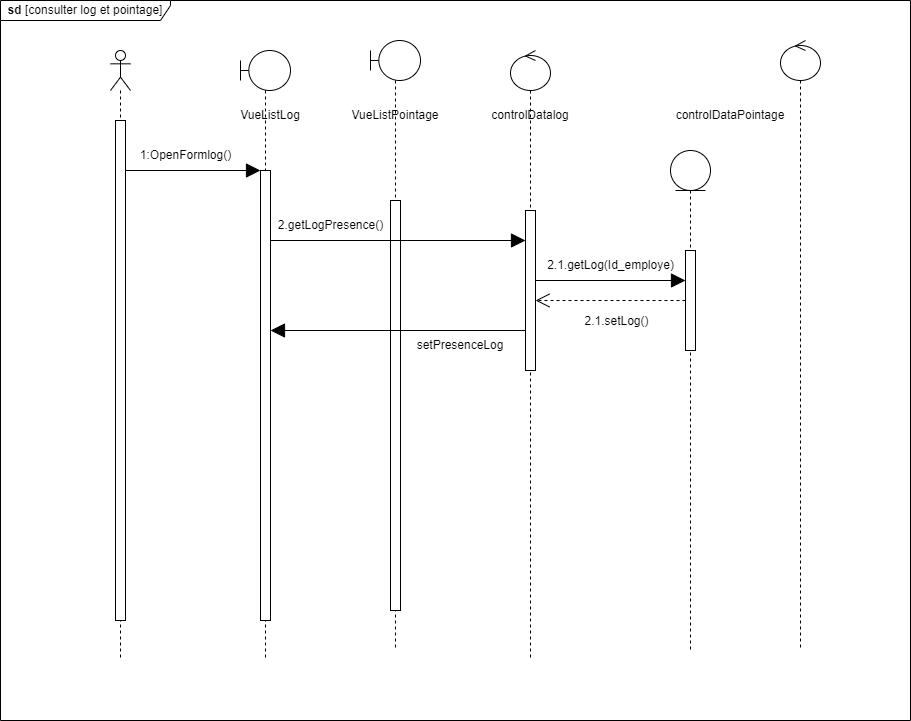
Earlier version of the draw.io export static/Diagramme des séquences conceptuel  log et pointage .drawio.png (Siluearsene/borne_biometrique). Source tidied: cells renumbered, new cells last; positions are measured from the earlier drawing's top-left corner, leaving out a move shared by most shapes.
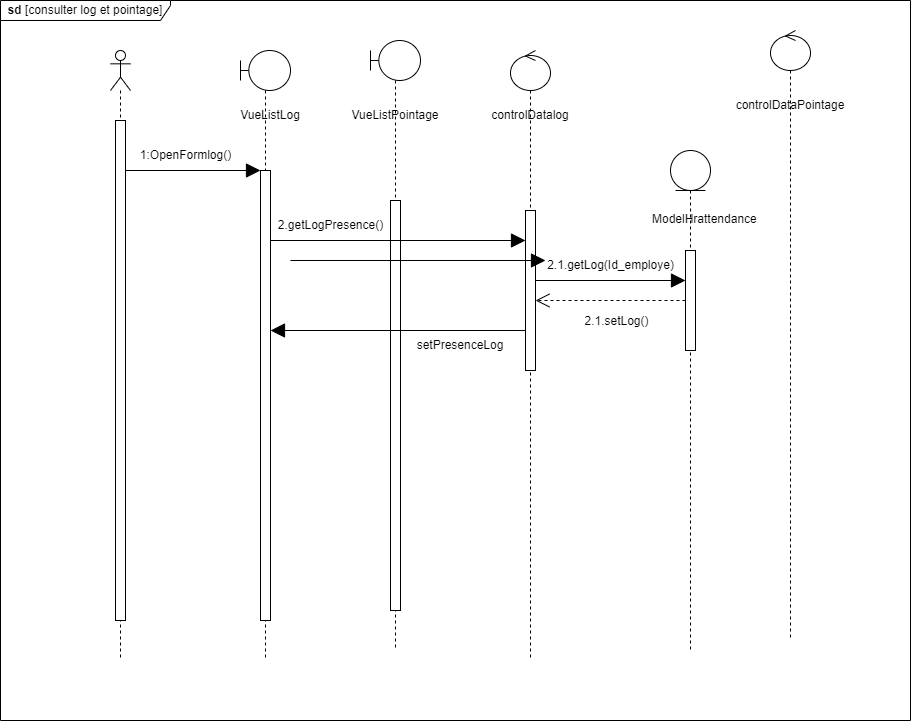
Above is the later version.

Commit message:
Mettre à jour Diagramme des séquences conceptuel  log et pointage .drawio.png

Change to the diagram source:
```diff
@@ -21,7 +21,7 @@
       <mxGeometry x="510" y="50" width="40" height="610" as="geometry" />
     </mxCell>
     <mxCell id="8" style="shape=umlLifeline;perimeter=lifelinePerimeter;whiteSpace=wrap;html=1;newEdgeStyle={&quot;edgeStyle&quot;:&quot;elbowEdgeStyle&quot;,&quot;elbow&quot;:&quot;vertical&quot;,&quot;curved&quot;:0,&quot;rounded&quot;:0};participant=umlControl;" parent="1" vertex="1">
-      <mxGeometry x="780" y="40" width="40" height="610" as="geometry" />
+      <mxGeometry x="770" y="30" width="40" height="610" as="geometry" />
     </mxCell>
     <mxCell id="9" style="endArrow=block;endFill=1;endSize=12;html=1;rounded=0;" parent="1" edge="1" source="6">
       <mxGeometry relative="1" as="geometry">
@@ -53,7 +53,7 @@
       <mxGeometry x="525" y="210" width="10" height="160" as="geometry" />
     </mxCell>
     <mxCell id="18" value="controlDataPointage" style="text;html=1;strokeColor=none;fillColor=none;align=center;verticalAlign=middle;whiteSpace=wrap;rounded=0;" parent="1" vertex="1">
-      <mxGeometry x="700" y="100" width="60" height="30" as="geometry" />
+      <mxGeometry x="760" y="90" width="60" height="30" as="geometry" />
     </mxCell>
     <mxCell id="19" style="endArrow=block;endFill=1;endSize=12;html=1;rounded=0;" parent="1" edge="1" target="17">
       <mxGeometry relative="1" as="geometry">
@@ -92,5 +92,14 @@
     <mxCell id="27" value="setPresenceLog" style="text;html=1;strokeColor=none;fillColor=none;align=center;verticalAlign=middle;whiteSpace=wrap;rounded=0;" parent="1" vertex="1">
       <mxGeometry x="430" y="330" width="60" height="30" as="geometry" />
     </mxCell>
+    <mxCell id="28" style="endArrow=block;endFill=1;endSize=12;html=1;rounded=0;" parent="1" edge="1">
+      <mxGeometry relative="1" as="geometry">
+        <mxPoint x="290" y="260" as="sourcePoint" />
+        <mxPoint x="545" y="260" as="targetPoint" />
+      </mxGeometry>
+    </mxCell>
+    <mxCell id="29" value="&lt;div style=&quot;text-align: center;&quot;&gt;&lt;span style=&quot;background-color: initial;&quot;&gt;ModelHrattendance&lt;/span&gt;&lt;/div&gt;" style="text;whiteSpace=wrap;html=1;" parent="1" vertex="1">
+      <mxGeometry x="650" y="205" width="100" height="25" as="geometry" />
+    </mxCell>
   </root>
 </mxGraphModel>
```
